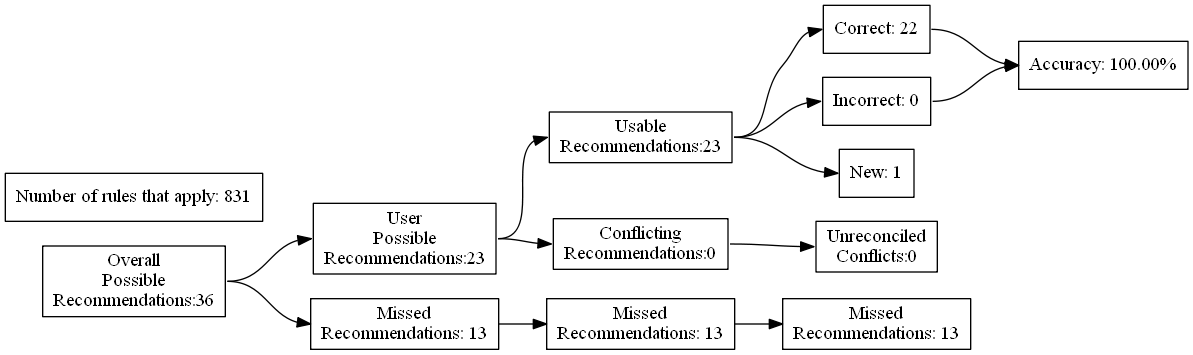
The Graphviz diagram test_renders/24.gv.png in ZaxR/ibd_diet_analysis, before a commit. Its source is kept beside it as test_renders/24.gv.
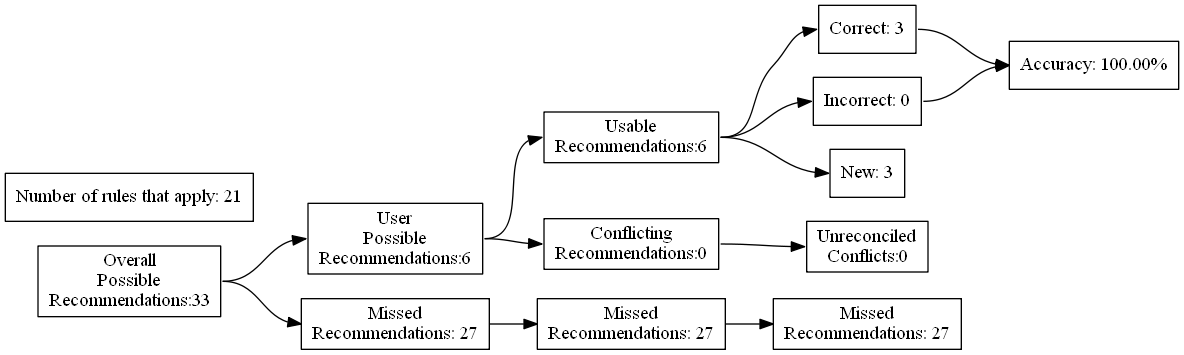
Later version of the same file.

Change to the diagram source:
```diff
@@ -4,27 +4,27 @@
 	edge [headport=w tailport=e]
 		A [label="Overall
 Possible
-Recommendations:36"]
+Recommendations:33"]
 		B [label="User
 Possible
-Recommendations:23"]
+Recommendations:6"]
 		C [label="Missed
-Recommendations: 13"]
+Recommendations: 27"]
 		D [label="Usable
-Recommendations:23"]
+Recommendations:6"]
 		E [label="Conflicting
 Recommendations:0"]
 		J [label="Missed
-Recommendations: 13"]
+Recommendations: 27"]
 		M [label="Unreconciled
 Conflicts:0"]
-		F [label="Correct: 22"]
+		F [label="Correct: 3"]
 		G [label="Incorrect: 0"]
-		H [label="New: 1"]
+		H [label="New: 3"]
 		K [label="Missed
-Recommendations: 13"]
+Recommendations: 27"]
 		I [label="Accuracy: 100.00%"]
-		l [label="Number of rules that apply: 831"]
+		l [label="Number of rules that apply: 21"]
 			A -> B
 			A -> C
 			B -> D
```
